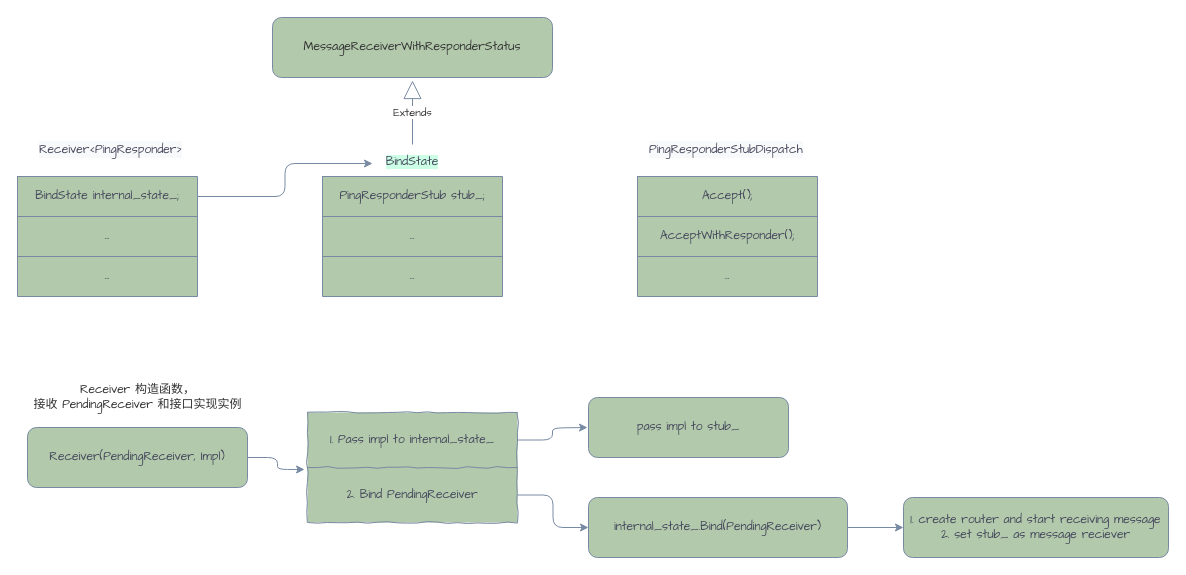
This is page "Receiver" (3 of 6) of mojo.drawio from silan-liu/drawio, a draw.io file, before an edit. Source tidied: cells renumbered, new cells numbered last; positions are measured from the earlier drawing's top-left corner, leaving out a move shared by most shapes. Both pictures are drawn from the tidied source at 100%, with x=0, y=0 at pixel (17, 17).
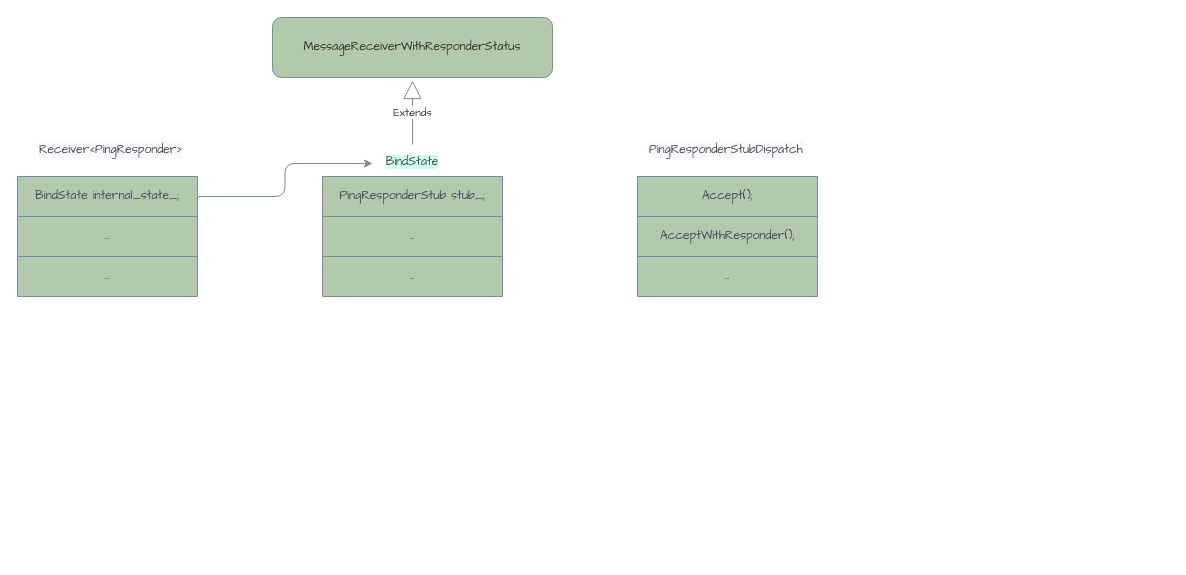
After the change.

What changed in the source:
```diff
@@
-    <mxCell id="2" style="edgeStyle=orthogonalEdgeStyle;curved=0;rounded=1;sketch=0;jettySize=auto;html=1;entryX=-0.014;entryY=0.036;entryDx=0;entryDy=0;entryPerimeter=0;fontFamily=Comic Sans MS;fontColor=#333333;strokeColor=#788AA3;fillColor=#B2C9AB;" parent="1" edge="1" source="3" target="38">
-      <mxGeometry relative="1" as="geometry" />
-    </mxCell>
-    <mxCell id="3" value="&lt;span style=&quot;font-family: &amp;#34;comic sans ms&amp;#34;&quot;&gt;Receiver(PendingReceiver, Impl)&lt;/span&gt;" style="rounded=1;whiteSpace=wrap;html=1;sketch=0;fontColor=#46495D;strokeColor=#788AA3;fillColor=#B2C9AB;fontFamily=Comic Sans MS;" parent="1" vertex="1">
-      <mxGeometry x="10" y="410" width="220" height="60" as="geometry" />
-    </mxCell>
@@
-    <mxCell id="28" value="Receiver 构造函数，&lt;br&gt;接收 PendingReceiver 和接口实现实例" style="text;html=1;align=center;verticalAlign=middle;strokeColor=none;fillColor=none;fontFamily=Comic Sans MS;fontColor=#333333;" parent="1" vertex="1">
-      <mxGeometry x="10" y="365" width="220" height="30" as="geometry" />
-    </mxCell>
-    <mxCell id="29" style="edgeStyle=orthogonalEdgeStyle;curved=0;rounded=1;sketch=0;jettySize=auto;html=1;fontFamily=Comic Sans MS;fontColor=#333333;strokeColor=#788AA3;fillColor=#B2C9AB;" parent="1" edge="1" source="30" target="31">
-      <mxGeometry relative="1" as="geometry" />
-    </mxCell>
-    <mxCell id="30" value="&lt;span style=&quot;font-family: &amp;#34;comic sans ms&amp;#34;&quot;&gt;internal_state_&lt;/span&gt;.Bind(PendingReceiver)" style="rounded=1;whiteSpace=wrap;html=1;sketch=0;fontColor=#46495D;strokeColor=#788AA3;fillColor=#B2C9AB;fontFamily=Comic Sans MS;" parent="1" vertex="1">
-      <mxGeometry x="571" y="480" width="259" height="60" as="geometry" />
-    </mxCell>
-    <mxCell id="31" value="&lt;font face=&quot;comic sans ms&quot;&gt;1. create router and start receiving message&lt;br&gt;2. set stub_ as message reciever&lt;br&gt;&lt;/font&gt;" style="rounded=1;whiteSpace=wrap;html=1;sketch=0;fontColor=#46495D;strokeColor=#788AA3;fillColor=#B2C9AB;fontFamily=Comic Sans MS;" parent="1" vertex="1">
-      <mxGeometry x="886" y="480" width="265" height="60" as="geometry" />
-    </mxCell>
-    <mxCell id="32" value="&lt;span style=&quot;font-family: &amp;#34;comic sans ms&amp;#34;&quot;&gt;pass impl to stub_&lt;/span&gt;" style="rounded=1;whiteSpace=wrap;html=1;sketch=0;fontColor=#46495D;strokeColor=#788AA3;fillColor=#B2C9AB;fontFamily=Comic Sans MS;" parent="1" vertex="1">
-      <mxGeometry x="571" y="380" width="200" height="60" as="geometry" />
-    </mxCell>
@@
-    <mxCell id="35" style="shape=table;startSize=0;childLayout=tableLayout;rounded=0;sketch=0;fontFamily=Comic Sans MS;fontColor=#46495D;strokeColor=#788AA3;fillColor=#B2C9AB;comic=1;" parent="1" vertex="1">
-      <mxGeometry x="290" y="395" width="210" height="110" as="geometry" />
-    </mxCell>
-    <mxCell id="36" style="shape=tableRow;horizontal=0;startSize=0;swimlaneHead=0;swimlaneBody=0;top=0;left=0;bottom=0;right=0;fillColor=none;points=[[0,0.5],[1,0.5]];portConstraint=eastwest;rounded=0;sketch=0;fontFamily=Comic Sans MS;fontColor=#46495D;strokeColor=#788AA3;" parent="35" vertex="1">
-      <mxGeometry width="210" height="55" as="geometry" />
-    </mxCell>
-    <mxCell id="37" value="&lt;span style=&quot;font-family: &amp;#34;comic sans ms&amp;#34;&quot;&gt;1. Pass impl to internal_state_&lt;/span&gt;" style="shape=partialRectangle;html=1;whiteSpace=wrap;overflow=hidden;fillColor=none;top=0;left=0;bottom=0;right=0;rounded=0;sketch=0;fontFamily=Comic Sans MS;fontColor=#46495D;strokeColor=#788AA3;" parent="36" vertex="1">
-      <mxGeometry width="210" height="55" as="geometry" />
-    </mxCell>
-    <mxCell id="38" style="shape=tableRow;horizontal=0;startSize=0;swimlaneHead=0;swimlaneBody=0;top=0;left=0;bottom=0;right=0;fillColor=none;points=[[0,0.5],[1,0.5]];portConstraint=eastwest;rounded=0;sketch=0;fontFamily=Comic Sans MS;fontColor=#46495D;strokeColor=#788AA3;" parent="35" vertex="1">
-      <mxGeometry y="55" width="210" height="55" as="geometry" />
-    </mxCell>
-    <mxCell id="39" value="&lt;span style=&quot;font-family: &amp;#34;comic sans ms&amp;#34;&quot;&gt;2. Bind PendingReceiver&lt;/span&gt;" style="shape=partialRectangle;html=1;whiteSpace=wrap;overflow=hidden;fillColor=none;top=0;left=0;bottom=0;right=0;rounded=0;sketch=0;fontFamily=Comic Sans MS;fontColor=#46495D;strokeColor=#788AA3;" parent="38" vertex="1">
-      <mxGeometry width="210" height="55" as="geometry" />
-    </mxCell>
-    <mxCell id="40" style="edgeStyle=orthogonalEdgeStyle;curved=0;rounded=1;sketch=0;jettySize=auto;html=1;entryX=0;entryY=0.5;entryDx=0;entryDy=0;fontFamily=Comic Sans MS;fontColor=#333333;strokeColor=#788AA3;fillColor=#B2C9AB;" parent="1" edge="1" source="38" target="30">
-      <mxGeometry relative="1" as="geometry" />
-    </mxCell>
-    <mxCell id="41" style="edgeStyle=orthogonalEdgeStyle;curved=0;rounded=1;sketch=0;jettySize=auto;html=1;fontFamily=Comic Sans MS;fontColor=#333333;strokeColor=#788AA3;fillColor=#B2C9AB;" parent="1" edge="1" source="36">
-      <mxGeometry relative="1" as="geometry">
-        <mxPoint x="570" y="410" as="targetPoint" />
-      </mxGeometry>
-    </mxCell>
```
